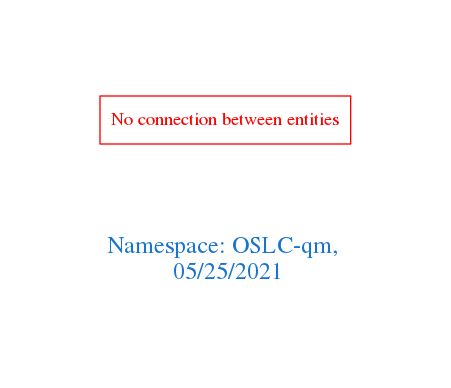
The Graphviz diagram downloads/OSLC-qm.png in arago/OGIT, before a commit. Its source is kept beside it as downloads/OSLC-qm.dot.
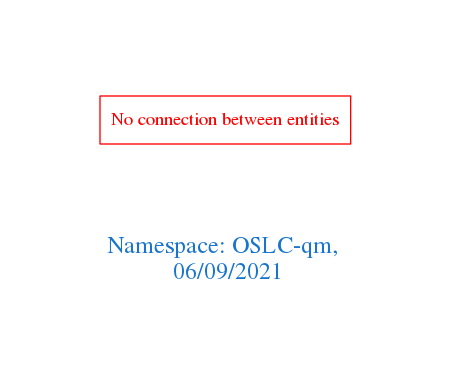
After the change.

Change to the diagram source:
```diff
@@ -1,7 +1,7 @@
 digraph OGIT_ontology {
  graph [ rankdir= LR,pad=1
 fontsize = 18,
-fontcolor= dodgerblue3,label = "\n\n\nNamespace: OSLC-qm, \n 05/25/2021"];
+fontcolor= dodgerblue3,label = "\n\n\nNamespace: OSLC-qm, \n 06/09/2021"];
 node[shape=polygon];
 edge [  color="gray81"];
 
```
